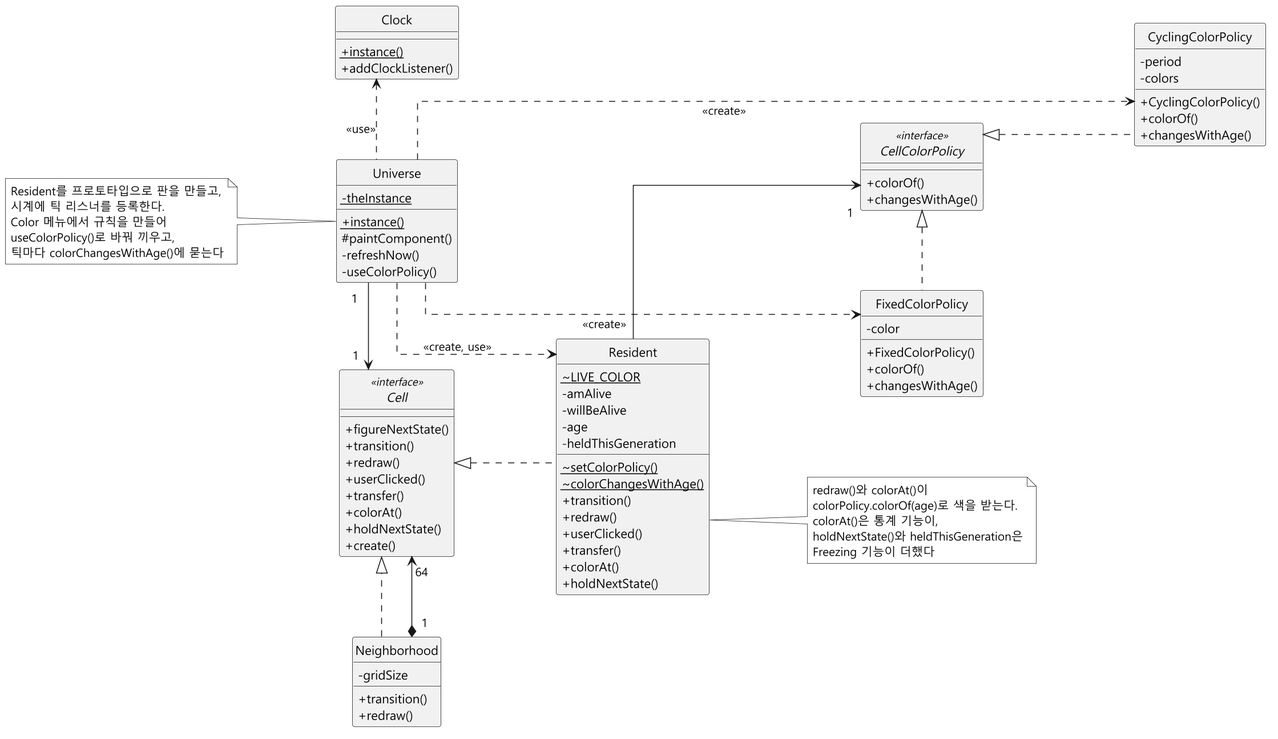
Before: docs/color-gen/diagrams/class-after.png, a diagram exported from PlantUML (mckimR1972/DP_team_project).
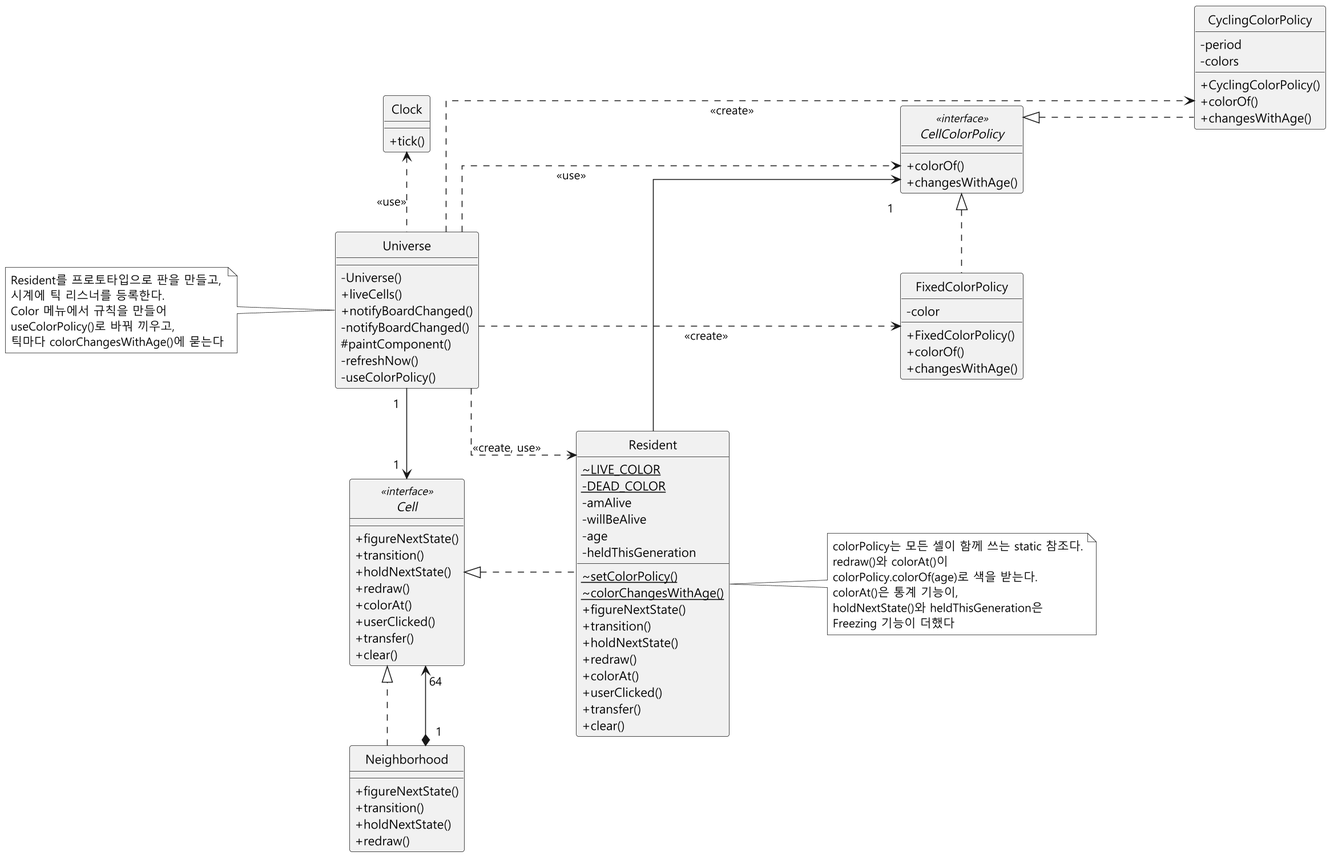
Above is the later version.

The edit, as a diff of the source:
```diff
@@ -13,34 +13,38 @@
 interface Cell <<interface>> {
   + figureNextState()
   + transition()
+  + holdNextState()
   + redraw()
+  + colorAt()
   + userClicked()
   + transfer()
-  + colorAt()
-  + holdNextState()
-  + create()
+  + clear()
 }
 
 class Neighborhood {
-  - gridSize
+  + figureNextState()
   + transition()
+  + holdNextState()
   + redraw()
 }
 
 class Resident {
   ~ {static} LIVE_COLOR
+  - {static} DEAD_COLOR
   - amAlive
   - willBeAlive
   - age
   - heldThisGeneration
   ~ {static} setColorPolicy()
   ~ {static} colorChangesWithAge()
+  + figureNextState()
   + transition()
+  + holdNextState()
   + redraw()
+  + colorAt()
   + userClicked()
   + transfer()
-  + colorAt()
-  + holdNextState()
+  + clear()
 }
 
 interface CellColorPolicy <<interface>> {
@@ -64,16 +68,17 @@
 }
 
 class Universe {
-  - {static} theInstance
-  + {static} instance()
+  - Universe()
+  + liveCells()
+  + notifyBoardChanged()
+  - notifyBoardChanged()
   # paintComponent()
   - refreshNow()
   - useColorPolicy()
 }
 
 class Clock {
-  + {static} instance()
-  + addClockListener()
+  + tick()
 }
 
 Cell <|.left. Neighborhood
@@ -85,11 +90,13 @@
 CellColorPolicy <|.right. FixedColorPolicy
 CellColorPolicy <|.. CyclingColorPolicy
 Resident --> "\n1" CellColorPolicy
-Universe ..> FixedColorPolicy : <<create>>
+Universe ..> FixedColorPolicy : <U+2003><U+2003><U+2003><U+2003><U+2003><U+2003><U+2003><U+2003><U+2003><U+2003><<create>>
 Universe ..> CyclingColorPolicy : <<create>>
+Universe ..> CellColorPolicy : <<use>><U+2003><U+2003><U+2003><U+2003><U+2003><U+2003><U+2003><U+2003>
 
 
 note right of Resident
+  colorPolicy는 모든 셀이 함께 쓰는 static 참조다.
   redraw()와 colorAt()이
   colorPolicy.colorOf(age)로 색을 받는다.
   colorAt()은 통계 기능이,
```
